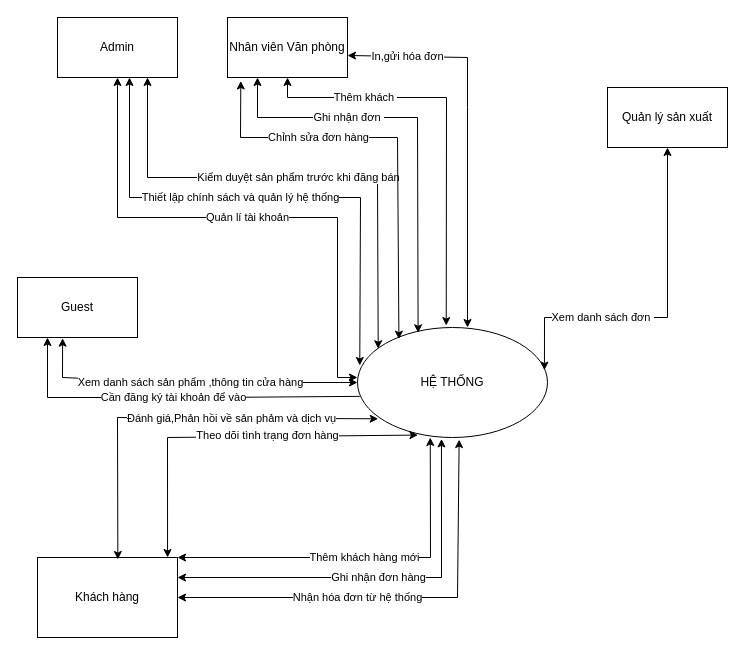
The draw.io diagram Quanlydonhanng_Bai2_context.drawio in NgoAnhThanThien/thanthien123, before the edit. Source tidied: cells renumbered, new cells numbered last; positions are measured from the earlier drawing's top-left corner, leaving out a move shared by most shapes. Both pictures are drawn from the tidied source at 100%, with x=0, y=0 at pixel (17, 17).
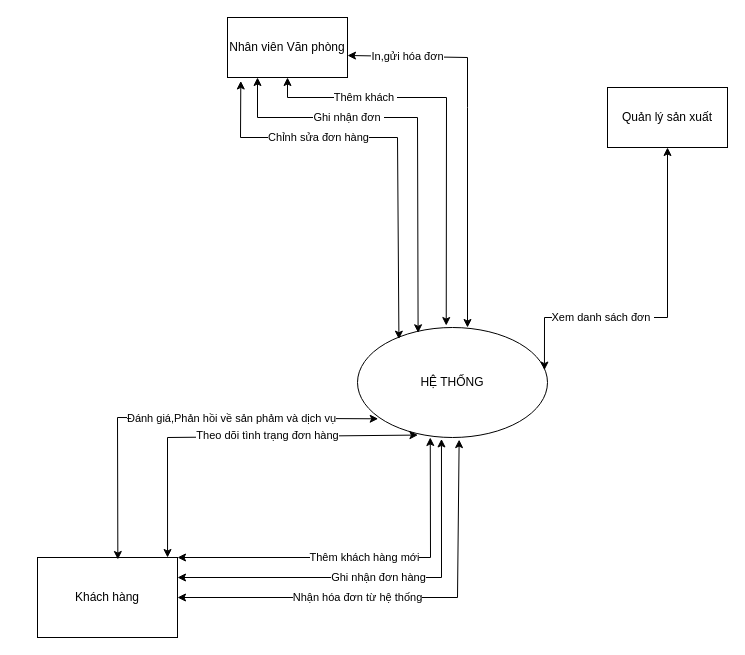
After the change.

The change refers to these unchanged cells:
```xml
<mxCell id="2" value="HỆ THỐNG" style="ellipse;whiteSpace=wrap;html=1;" parent="1" vertex="1">
  <mxGeometry x="340" y="310" width="190" height="110" as="geometry" />
</mxCell>
```

The edit, as a diff of the source:
```diff
@@
-    <mxCell id="4" value="Admin" style="rounded=0;whiteSpace=wrap;html=1;" parent="1" vertex="1">
-      <mxGeometry x="40" width="120" height="60" as="geometry" />
-    </mxCell>
-    <mxCell id="5" value="Quản lí tài khoản" style="endArrow=classic;startArrow=classic;html=1;rounded=0;exitX=0.5;exitY=1;exitDx=0;exitDy=0;" parent="1" edge="1" source="4">
-      <mxGeometry relative="1" as="geometry">
-        <mxPoint x="340" y="360" as="targetPoint" />
-        <Array as="points">
-          <mxPoint x="100" y="200" />
-          <mxPoint x="320" y="200" />
-          <mxPoint x="320" y="360" />
-        </Array>
-      </mxGeometry>
-    </mxCell>
@@
-    <mxCell id="11" value="Guest" style="rounded=0;whiteSpace=wrap;html=1;" parent="1" vertex="1">
-      <mxGeometry y="260" width="120" height="60" as="geometry" />
-    </mxCell>
-    <mxCell id="12" value="Thiết lập chính sách và quản lý hệ thống" style="endArrow=classic;startArrow=classic;html=1;rounded=0;entryX=0.012;entryY=0.345;entryDx=0;entryDy=0;entryPerimeter=0;" parent="1" edge="1" target="2">
-      <mxGeometry x="-0.11" relative="1" as="geometry">
-        <mxPoint x="112" y="60" as="sourcePoint" />
-        <Array as="points">
-          <mxPoint x="112" y="180" />
-          <mxPoint x="343" y="180" />
-        </Array>
-      </mxGeometry>
-    </mxCell>
@@
-    <mxCell id="15" value="Kiểm duyệt sản phẩm trước khi đăng bán" style="endArrow=classic;startArrow=classic;html=1;rounded=0;exitX=0.75;exitY=1;exitDx=0;exitDy=0;entryX=0.109;entryY=0.193;entryDx=0;entryDy=0;entryPerimeter=0;" parent="1" edge="1" source="4" target="2">
-      <mxGeometry relative="1" as="geometry">
-        <Array as="points">
-          <mxPoint x="130" y="160" />
-          <mxPoint x="360" y="160" />
-        </Array>
-      </mxGeometry>
-    </mxCell>
-    <mxCell id="16" value="Xem danh sách sản phẩm ,thông tin cửa hàng" style="endArrow=classic;startArrow=classic;html=1;rounded=0;exitX=0.376;exitY=1.012;exitDx=0;exitDy=0;entryX=0;entryY=0.5;entryDx=0;entryDy=0;exitPerimeter=0;" parent="1" edge="1" source="11" target="2">
-      <mxGeometry relative="1" as="geometry">
-        <Array as="points">
-          <mxPoint x="45" y="360" />
-          <mxPoint x="160" y="365" />
-        </Array>
-      </mxGeometry>
-    </mxCell>
-    <mxCell id="17" value="Cần đăng ký tài khoản để vào" style="endArrow=classic;html=1;rounded=0;entryX=0.25;entryY=1;entryDx=0;entryDy=0;exitX=0.012;exitY=0.626;exitDx=0;exitDy=0;exitPerimeter=0;" parent="1" edge="1" source="2" target="11">
-      <mxGeometry relative="1" as="geometry">
-        <Array as="points">
-          <mxPoint x="190" y="380" />
-          <mxPoint x="30" y="380" />
-        </Array>
-      </mxGeometry>
-    </mxCell>
```
